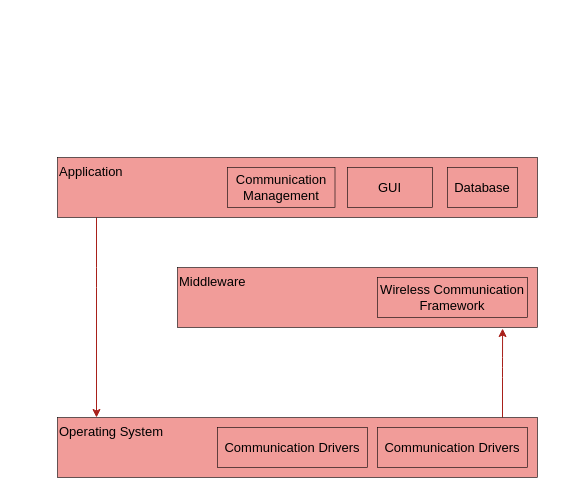
This is page "sw_arch_rasp" (4 of 5) of project/report/flowcharts/system_overview.drawio from ESRGgroup9/slipad, a draw.io file, before an edit. Source tidied: cells renumbered, new cells numbered last; positions are measured from the earlier drawing's top-left corner, leaving out a move shared by most shapes. Both pictures are drawn from the tidied source at 100%, with x=0, y=0 at pixel (57, 157).
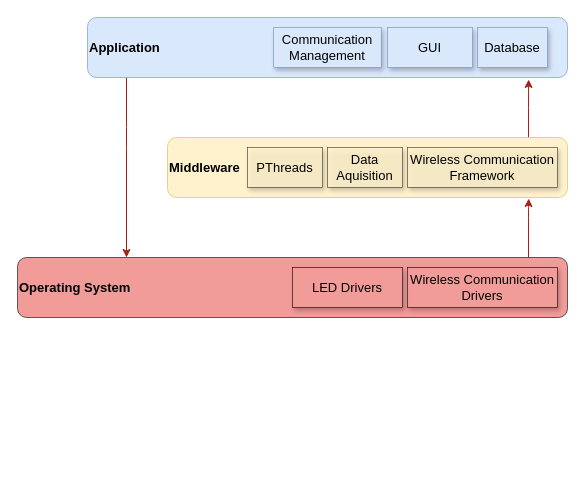
The same page after the edit.

What changed in the source:
```diff
@@
-    <mxCell id="2" style="edgeStyle=orthogonalEdgeStyle;rounded=1;jettySize=auto;html=1;labelBackgroundColor=none;labelBorderColor=default;fontSize=13;fontColor=default;strokeColor=#A8201A;entryX=0.903;entryY=1.017;entryDx=0;entryDy=0;entryPerimeter=0;" parent="1" edge="1" source="3" target="4">
+    <mxCell id="2" style="edgeStyle=orthogonalEdgeStyle;rounded=1;jettySize=auto;html=1;labelBackgroundColor=none;labelBorderColor=none;fontSize=13;fontColor=default;strokeColor=#A8201A;entryX=0.903;entryY=1.017;entryDx=0;entryDy=0;entryPerimeter=0;" parent="1" edge="1" source="3" target="4">
       <mxGeometry relative="1" as="geometry">
         <Array as="points">
-          <mxPoint x="445" y="210" />
-          <mxPoint x="445" y="210" />
+          <mxPoint x="471" y="50" />
+          <mxPoint x="471" y="50" />
         </Array>
       </mxGeometry>
     </mxCell>
-    <mxCell id="3" value="Operating System " style="rounded=0;whiteSpace=wrap;html=1;labelBackgroundColor=none;labelBorderColor=none;fontSize=13;fontColor=default;strokeColor=default;strokeWidth=0.6;fillColor=#F19C99;align=left;verticalAlign=top;" parent="1" vertex="1">
-      <mxGeometry y="260" width="480" height="60" as="geometry" />
+    <mxCell id="3" value="Operating System " style="rounded=1;whiteSpace=wrap;html=1;labelBackgroundColor=none;labelBorderColor=none;fontSize=13;fontColor=default;strokeColor=default;strokeWidth=0.6;fillColor=#F19C99;align=left;verticalAlign=middle;fontStyle=1;" parent="1" vertex="1">
+      <mxGeometry x="-40" y="100" width="550" height="60" as="geometry" />
     </mxCell>
+    <mxCell id="13" style="edgeStyle=orthogonalEdgeStyle;rounded=0;jettySize=auto;html=1;entryX=0.919;entryY=1.033;entryDx=0;entryDy=0;entryPerimeter=0;labelBorderColor=none;fontColor=default;strokeColor=#A8201A;labelBackgroundColor=default;" parent="1" edge="1" source="4" target="6">
+      <mxGeometry relative="1" as="geometry">
+        <Array as="points">
+          <mxPoint x="471" y="-50" />
+          <mxPoint x="471" y="-50" />
+        </Array>
+      </mxGeometry>
+    </mxCell>
-    <mxCell id="4" value="Middleware" style="rounded=0;whiteSpace=wrap;html=1;labelBackgroundColor=none;labelBorderColor=none;fontSize=13;fontColor=default;strokeColor=default;strokeWidth=0.6;fillColor=#F19C99;align=left;verticalAlign=top;" parent="1" vertex="1">
-      <mxGeometry x="120" y="110" width="360" height="60" as="geometry" />
+    <mxCell id="4" value="Middleware" style="rounded=1;whiteSpace=wrap;html=1;labelBackgroundColor=none;labelBorderColor=none;fontSize=13;strokeColor=#d6b656;strokeWidth=0.6;fillColor=#fff2cc;align=left;verticalAlign=middle;fontStyle=1;fontColor=default;" parent="1" vertex="1">
+      <mxGeometry x="110" y="-20" width="400" height="60" as="geometry" />
     </mxCell>
-    <mxCell id="5" style="edgeStyle=orthogonalEdgeStyle;rounded=1;jettySize=auto;html=1;labelBackgroundColor=none;labelBorderColor=default;fontSize=13;fontColor=default;strokeColor=#A8201A;" parent="1" edge="1" source="6">
+    <mxCell id="5" style="edgeStyle=orthogonalEdgeStyle;rounded=1;jettySize=auto;html=1;labelBackgroundColor=none;labelBorderColor=none;fontSize=13;fontColor=default;strokeColor=#A8201A;" parent="1" edge="1" source="6">
       <mxGeometry relative="1" as="geometry">
-        <mxPoint x="39" y="260" as="targetPoint" />
+        <mxPoint x="69" y="100" as="targetPoint" />
         <Array as="points">
-          <mxPoint x="39" y="120" />
-          <mxPoint x="39" y="120" />
+          <mxPoint x="69" y="-20" />
+          <mxPoint x="69" y="-20" />
         </Array>
       </mxGeometry>
     </mxCell>
-    <mxCell id="6" value="Application" style="rounded=0;whiteSpace=wrap;html=1;labelBackgroundColor=none;labelBorderColor=none;fontSize=13;fontColor=default;strokeColor=default;strokeWidth=0.6;fillColor=#F19C99;align=left;verticalAlign=top;" parent="1" vertex="1">
-      <mxGeometry width="480" height="60" as="geometry" />
+    <mxCell id="6" value="Application" style="rounded=1;whiteSpace=wrap;html=1;labelBackgroundColor=none;labelBorderColor=none;fontSize=13;strokeColor=#6c8ebf;strokeWidth=0.6;fillColor=#dae8fc;align=left;verticalAlign=middle;fontStyle=1;fontColor=default;glass=0;sketch=0;" parent="1" vertex="1">
+      <mxGeometry x="30" y="-140" width="480" height="60" as="geometry" />
     </mxCell>
-    <mxCell id="7" value="Communication Drivers" style="rounded=0;whiteSpace=wrap;html=1;labelBackgroundColor=none;labelBorderColor=none;fontSize=13;fontColor=default;strokeColor=default;strokeWidth=0.6;fillColor=#F19C99;align=center;verticalAlign=middle;" parent="1" vertex="1">
-      <mxGeometry x="320" y="270" width="150" height="40" as="geometry" />
+    <mxCell id="7" value="Wireless Communication Drivers" style="rounded=0;whiteSpace=wrap;html=1;labelBackgroundColor=none;labelBorderColor=none;fontSize=13;fontColor=default;strokeColor=default;strokeWidth=0.6;fillColor=#F19C99;align=center;verticalAlign=middle;shadow=1;" parent="1" vertex="1">
+      <mxGeometry x="350" y="110" width="150" height="40" as="geometry" />
     </mxCell>
-    <mxCell id="8" value="Wireless Communication Framework" style="rounded=0;whiteSpace=wrap;html=1;labelBackgroundColor=none;labelBorderColor=none;fontSize=13;fontColor=default;strokeColor=default;strokeWidth=0.6;fillColor=#F19C99;align=center;verticalAlign=middle;" parent="1" vertex="1">
-      <mxGeometry x="320" y="120" width="150" height="40" as="geometry" />
+    <mxCell id="8" value="Wireless Communication Framework" style="rounded=0;whiteSpace=wrap;html=1;labelBackgroundColor=none;labelBorderColor=none;fontSize=13;strokeColor=#000000;strokeWidth=0.6;fillColor=#fff2cc;align=center;verticalAlign=middle;fontColor=default;opacity=80;shadow=1;" parent="1" vertex="1">
+      <mxGeometry x="350" y="-10" width="150" height="40" as="geometry" />
     </mxCell>
-    <mxCell id="9" value="Communication Drivers" style="rounded=0;whiteSpace=wrap;html=1;labelBackgroundColor=none;labelBorderColor=none;fontSize=13;fontColor=default;strokeColor=default;strokeWidth=0.6;fillColor=#F19C99;align=center;verticalAlign=middle;" parent="1" vertex="1">
-      <mxGeometry x="160" y="270" width="150" height="40" as="geometry" />
-    </mxCell>
-    <mxCell id="10" value="Database" style="rounded=0;whiteSpace=wrap;html=1;labelBackgroundColor=none;labelBorderColor=none;fontSize=13;fontColor=default;strokeColor=default;strokeWidth=0.6;fillColor=#F19C99;align=center;verticalAlign=middle;" parent="1" vertex="1">
-      <mxGeometry x="390" y="10" width="70" height="40" as="geometry" />
+    <mxCell id="10" value="Database" style="rounded=0;whiteSpace=wrap;html=1;labelBackgroundColor=none;labelBorderColor=none;fontSize=13;strokeColor=#6c8ebf;strokeWidth=0.6;fillColor=#dae8fc;align=center;verticalAlign=middle;shadow=1;fontColor=default;glass=0;sketch=0;" parent="1" vertex="1">
+      <mxGeometry x="420" y="-130" width="70" height="40" as="geometry" />
     </mxCell>
-    <mxCell id="11" value="GUI" style="rounded=0;whiteSpace=wrap;html=1;labelBackgroundColor=none;labelBorderColor=none;fontSize=13;fontColor=default;strokeColor=default;strokeWidth=0.6;fillColor=#F19C99;align=center;verticalAlign=middle;" parent="1" vertex="1">
-      <mxGeometry x="290" y="10" width="85" height="40" as="geometry" />
+    <mxCell id="11" value="GUI" style="rounded=0;whiteSpace=wrap;html=1;labelBackgroundColor=none;labelBorderColor=none;fontSize=13;strokeColor=#6c8ebf;strokeWidth=0.6;fillColor=#dae8fc;align=center;verticalAlign=middle;shadow=1;fontColor=default;glass=0;sketch=0;" parent="1" vertex="1">
+      <mxGeometry x="330" y="-130" width="85" height="40" as="geometry" />
     </mxCell>
-    <mxCell id="12" value="Communication Management" style="rounded=0;whiteSpace=wrap;html=1;labelBackgroundColor=none;labelBorderColor=none;fontSize=13;fontColor=default;strokeColor=default;strokeWidth=0.6;fillColor=#F19C99;align=center;verticalAlign=middle;" parent="1" vertex="1">
-      <mxGeometry x="170" y="10" width="107.5" height="40" as="geometry" />
+    <mxCell id="12" value="Communication Management" style="rounded=0;whiteSpace=wrap;html=1;labelBackgroundColor=none;labelBorderColor=none;fontSize=13;strokeColor=#6c8ebf;strokeWidth=0.6;fillColor=#dae8fc;align=center;verticalAlign=middle;shadow=1;fontColor=default;glass=0;sketch=0;" parent="1" vertex="1">
+      <mxGeometry x="216.2" y="-130" width="107.5" height="40" as="geometry" />
     </mxCell>
+    <mxCell id="14" value="Data Aquisition" style="rounded=0;whiteSpace=wrap;html=1;labelBackgroundColor=none;labelBorderColor=none;fontSize=13;strokeColor=#000000;strokeWidth=0.6;fillColor=#fff2cc;align=center;verticalAlign=middle;fontColor=default;opacity=80;shadow=1;" parent="1" vertex="1">
+      <mxGeometry x="270" y="-10" width="75" height="40" as="geometry" />
+    </mxCell>
+    <mxCell id="15" value="LED Drivers" style="rounded=0;whiteSpace=wrap;html=1;labelBackgroundColor=none;labelBorderColor=none;fontSize=13;fontColor=default;strokeColor=default;strokeWidth=0.6;fillColor=#F19C99;align=center;verticalAlign=middle;shadow=1;" parent="1" vertex="1">
+      <mxGeometry x="235" y="110" width="110" height="40" as="geometry" />
+    </mxCell>
+    <mxCell id="16" value="&lt;div&gt;PThreads&lt;/div&gt;" style="rounded=0;whiteSpace=wrap;html=1;labelBackgroundColor=none;labelBorderColor=none;fontSize=13;strokeColor=#000000;strokeWidth=0.6;fillColor=#fff2cc;align=center;verticalAlign=middle;fontColor=default;opacity=80;shadow=1;" parent="1" vertex="1">
+      <mxGeometry x="190" y="-10" width="75" height="40" as="geometry" />
+    </mxCell>
```
